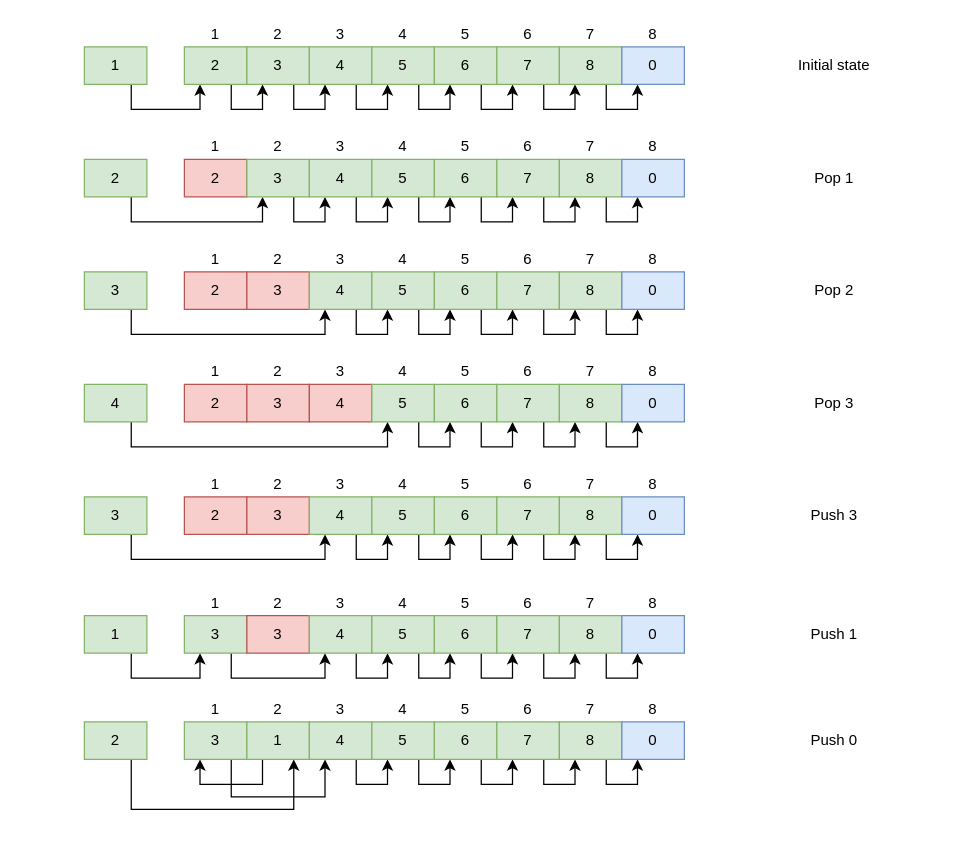
The draw.io diagram page "Index pool" (1 of 3) of images/Index pool.drawio in DanEngelbrecht/DanEngelbrecht.github.io, before the edit. Source tidied: cells renumbered, new cells numbered last; positions are measured from the earlier drawing's top-left corner, leaving out a move shared by most shapes. Both pictures are drawn from the tidied source at 125%, with x=0, y=0 at pixel (84, 21).
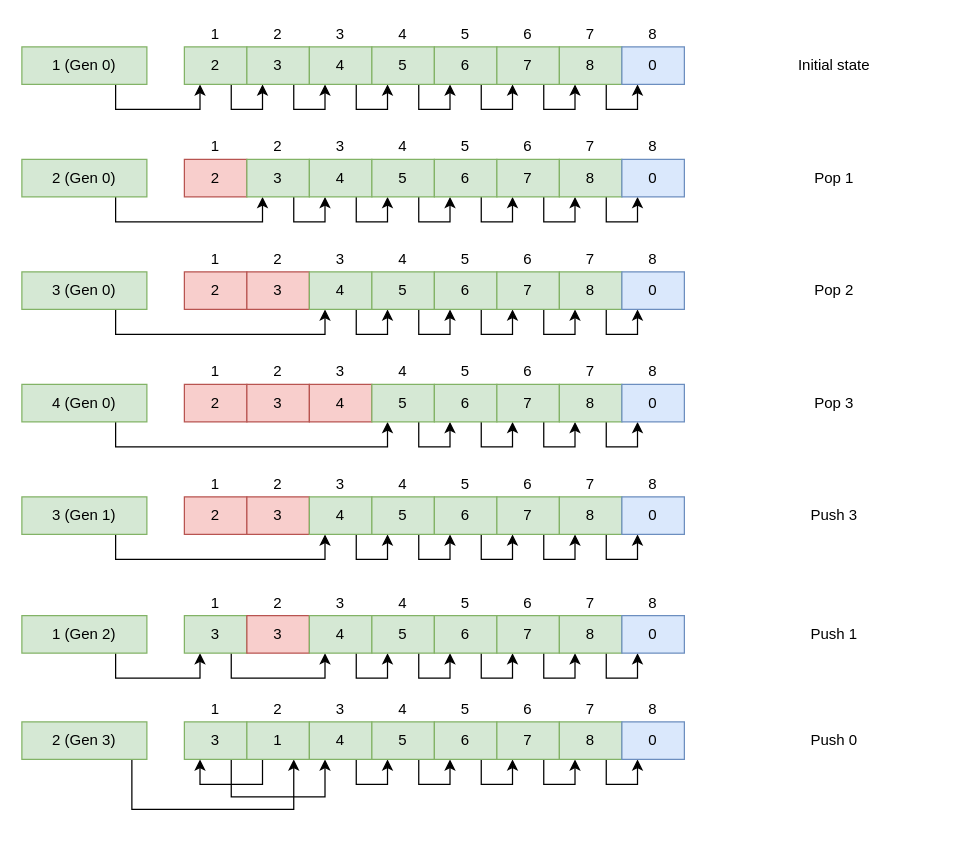
Above is the later version.

Diff of the diagram source:
```diff
@@
-    <mxCell id="3" value="1" style="rounded=0;whiteSpace=wrap;html=1;fillColor=#d5e8d4;strokeColor=#82b366;" parent="1" vertex="1">
-      <mxGeometry y="20" width="50" height="30" as="geometry" />
+    <mxCell id="3" value="1 (Gen 0)" style="rounded=0;whiteSpace=wrap;html=1;fillColor=#d5e8d4;strokeColor=#82b366;" parent="1" vertex="1">
+      <mxGeometry x="-50" y="20" width="100" height="30" as="geometry" />
     </mxCell>
@@
-    <mxCell id="28" value="2" style="rounded=0;whiteSpace=wrap;html=1;fillColor=#d5e8d4;strokeColor=#82b366;" parent="1" vertex="1">
-      <mxGeometry y="110" width="50" height="30" as="geometry" />
+    <mxCell id="28" value="2  (Gen 0)" style="rounded=0;whiteSpace=wrap;html=1;fillColor=#d5e8d4;strokeColor=#82b366;" parent="1" vertex="1">
+      <mxGeometry x="-50" y="110" width="100" height="30" as="geometry" />
     </mxCell>
@@
-    <mxCell id="52" value="3" style="rounded=0;whiteSpace=wrap;html=1;fillColor=#d5e8d4;strokeColor=#82b366;" parent="1" vertex="1">
-      <mxGeometry y="200" width="50" height="30" as="geometry" />
+    <mxCell id="52" value="3  (Gen 0)" style="rounded=0;whiteSpace=wrap;html=1;fillColor=#d5e8d4;strokeColor=#82b366;" parent="1" vertex="1">
+      <mxGeometry x="-50" y="200" width="100" height="30" as="geometry" />
     </mxCell>
@@
-    <mxCell id="75" value="4" style="rounded=0;whiteSpace=wrap;html=1;fillColor=#d5e8d4;strokeColor=#82b366;" parent="1" vertex="1">
-      <mxGeometry y="290" width="50" height="30" as="geometry" />
+    <mxCell id="75" value="4 (Gen 0)" style="rounded=0;whiteSpace=wrap;html=1;fillColor=#d5e8d4;strokeColor=#82b366;" parent="1" vertex="1">
+      <mxGeometry x="-50" y="290" width="100" height="30" as="geometry" />
     </mxCell>
@@
-    <mxCell id="97" value="3" style="rounded=0;whiteSpace=wrap;html=1;fillColor=#d5e8d4;strokeColor=#82b366;" parent="1" vertex="1">
-      <mxGeometry y="380" width="50" height="30" as="geometry" />
+    <mxCell id="97" value="3  (Gen 1)" style="rounded=0;whiteSpace=wrap;html=1;fillColor=#d5e8d4;strokeColor=#82b366;" parent="1" vertex="1">
+      <mxGeometry x="-50" y="380" width="100" height="30" as="geometry" />
     </mxCell>
@@
-    <mxCell id="120" value="1" style="rounded=0;whiteSpace=wrap;html=1;fillColor=#d5e8d4;strokeColor=#82b366;" parent="1" vertex="1">
-      <mxGeometry y="475" width="50" height="30" as="geometry" />
+    <mxCell id="120" value="1  (Gen 2)" style="rounded=0;whiteSpace=wrap;html=1;fillColor=#d5e8d4;strokeColor=#82b366;" parent="1" vertex="1">
+      <mxGeometry x="-50" y="475" width="100" height="30" as="geometry" />
     </mxCell>
@@
-    <mxCell id="144" value="2" style="rounded=0;whiteSpace=wrap;html=1;fillColor=#d5e8d4;strokeColor=#82b366;" parent="1" vertex="1">
-      <mxGeometry y="560" width="50" height="30" as="geometry" />
+    <mxCell id="144" value="2  (Gen 3)" style="rounded=0;whiteSpace=wrap;html=1;fillColor=#d5e8d4;strokeColor=#82b366;" parent="1" vertex="1">
+      <mxGeometry x="-50" y="560" width="100" height="30" as="geometry" />
     </mxCell>
```
